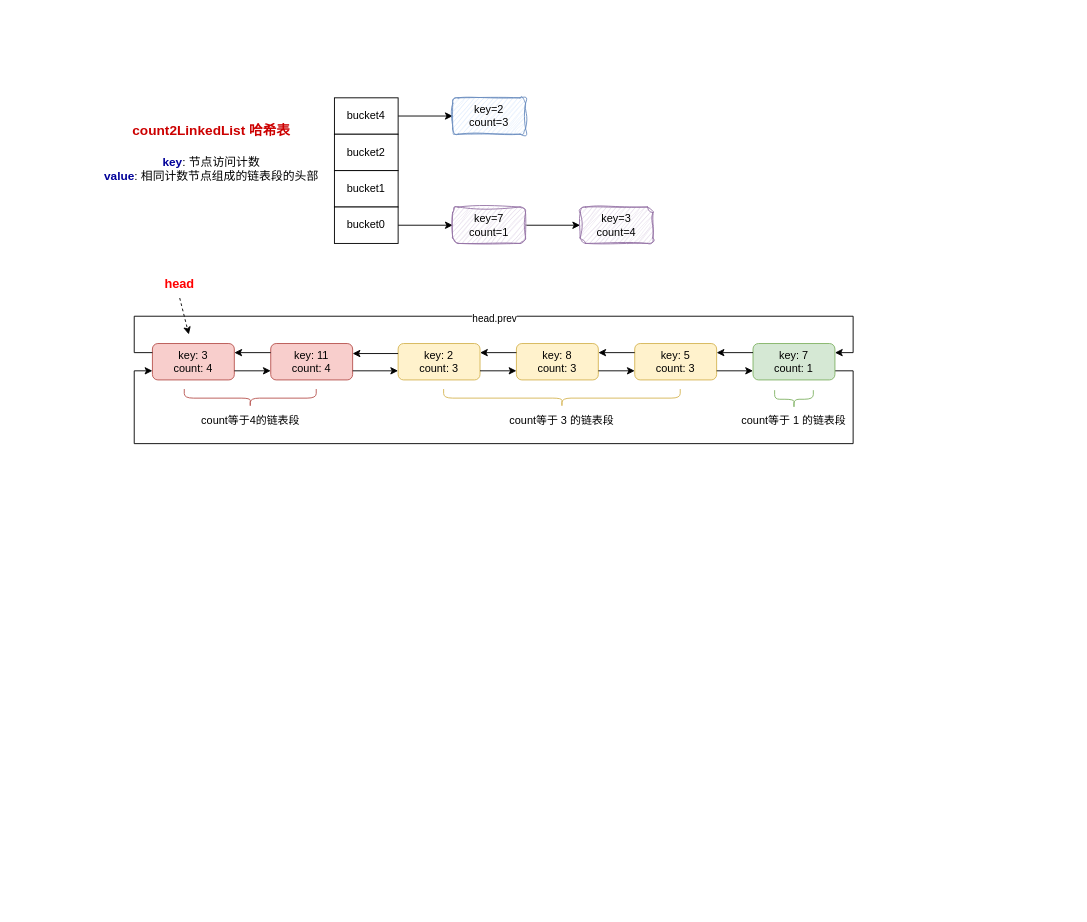
Earlier version of the draw.io diagram LFU算法.drawio (wsxzei/markdown-photos). Source tidied: cells renumbered, new cells numbered last; positions are measured from the earlier drawing's top-left corner, leaving out a move shared by most shapes. Both pictures are drawn from the tidied source at 91%, with x=0, y=0 at pixel (79, 97).
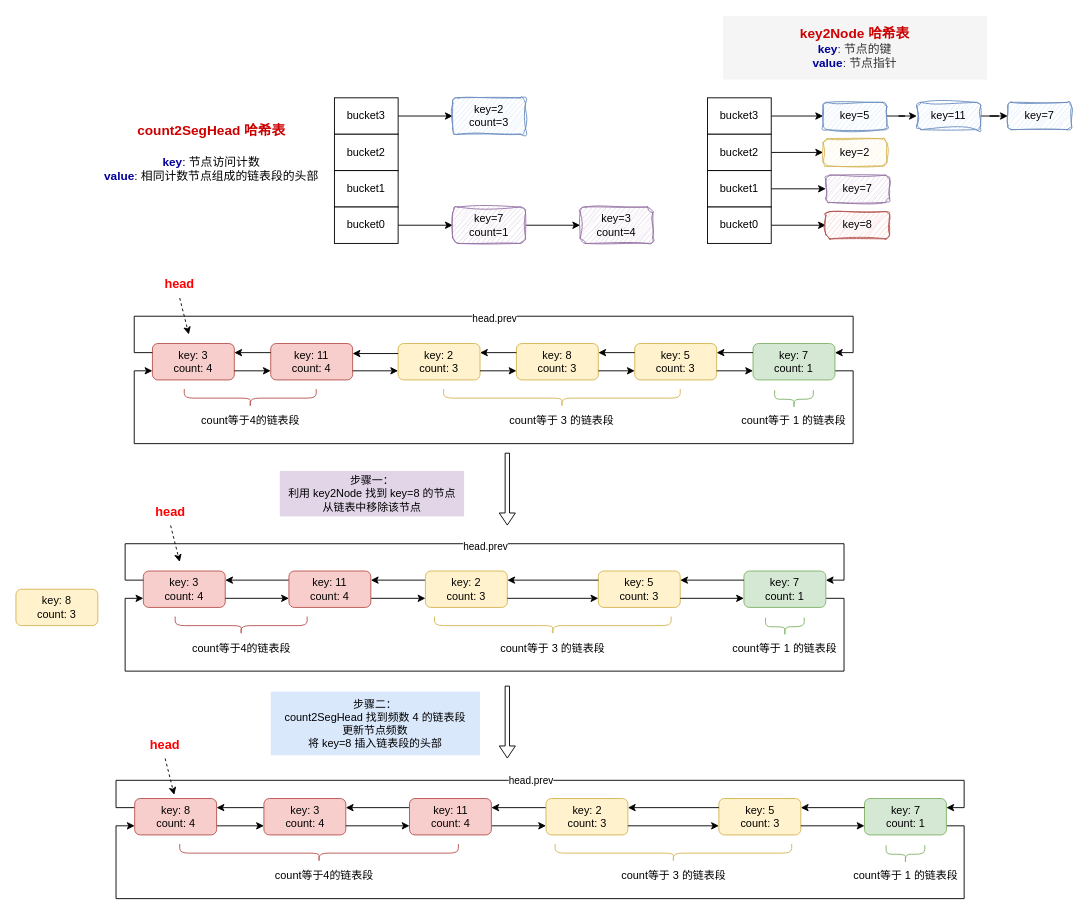
Above is the later version.

Diff of the diagram source:
```diff
@@
-    <mxCell id="30" value="bucket4" style="rounded=0;whiteSpace=wrap;html=1;" parent="1" vertex="1">
+    <mxCell id="30" value="bucket3" style="rounded=0;whiteSpace=wrap;html=1;" parent="1" vertex="1">
       <mxGeometry x="280" width="70" height="40" as="geometry" />
     </mxCell>
@@
-    <mxCell id="39" value="&lt;div&gt;&lt;font color=&quot;#cc0000&quot;&gt;&lt;span style=&quot;font-size: 15px; font-weight: 700;&quot;&gt;count2LinkedList 哈希表&lt;/span&gt;&lt;br&gt;&lt;/font&gt;&lt;/div&gt;&lt;div&gt;&lt;font color=&quot;#cc0000&quot;&gt;&lt;span style=&quot;font-size: 15px; font-weight: 700;&quot;&gt;&lt;br&gt;&lt;/span&gt;&lt;/font&gt;&lt;/div&gt;&lt;font style=&quot;font-size: 13px;&quot;&gt;&lt;font color=&quot;#000099&quot;&gt;&lt;b&gt;key&lt;/b&gt;&lt;/font&gt;: 节点访问计数&lt;/font&gt;&lt;div style=&quot;font-size: 13px;&quot;&gt;&lt;font style=&quot;font-size: 13px;&quot;&gt;&lt;font color=&quot;#000099&quot;&gt;&lt;b&gt;value&lt;/b&gt;&lt;/font&gt;: 相同计数节点组成的链表段的头部&lt;/font&gt;&lt;/div&gt;" style="text;html=1;align=center;verticalAlign=middle;whiteSpace=wrap;rounded=0;" parent="1" vertex="1">
+    <mxCell id="39" value="&lt;div&gt;&lt;font color=&quot;#cc0000&quot;&gt;&lt;span style=&quot;font-size: 15px; font-weight: 700;&quot;&gt;count2SegHead 哈希表&lt;/span&gt;&lt;br&gt;&lt;/font&gt;&lt;/div&gt;&lt;div&gt;&lt;font color=&quot;#cc0000&quot;&gt;&lt;span style=&quot;font-size: 15px; font-weight: 700;&quot;&gt;&lt;br&gt;&lt;/span&gt;&lt;/font&gt;&lt;/div&gt;&lt;font style=&quot;font-size: 13px;&quot;&gt;&lt;font color=&quot;#000099&quot;&gt;&lt;b&gt;key&lt;/b&gt;&lt;/font&gt;: 节点访问计数&lt;/font&gt;&lt;div style=&quot;font-size: 13px;&quot;&gt;&lt;font style=&quot;font-size: 13px;&quot;&gt;&lt;font color=&quot;#000099&quot;&gt;&lt;b&gt;value&lt;/b&gt;&lt;/font&gt;: 相同计数节点组成的链表段的头部&lt;/font&gt;&lt;/div&gt;" style="text;html=1;align=center;verticalAlign=middle;whiteSpace=wrap;rounded=0;" parent="1" vertex="1">
       <mxGeometry y="35" width="290" height="50" as="geometry" />
     </mxCell>
+    <mxCell id="40" value="key: 3&lt;div&gt;count: 4&lt;/div&gt;" style="rounded=1;whiteSpace=wrap;html=1;fillColor=#f8cecc;strokeColor=#b85450;" parent="1" vertex="1">
+      <mxGeometry x="70" y="520" width="90" height="40" as="geometry" />
+    </mxCell>
+    <mxCell id="41" style="edgeStyle=orthogonalEdgeStyle;rounded=0;jettySize=auto;html=1;exitX=0;exitY=0.25;exitDx=0;exitDy=0;entryX=1;entryY=0.25;entryDx=0;entryDy=0;" parent="1" edge="1" source="42" target="83">
+      <mxGeometry relative="1" as="geometry" />
+    </mxCell>
+    <mxCell id="42" value="key: 2&lt;div&gt;count: 3&lt;/div&gt;" style="rounded=1;whiteSpace=wrap;html=1;fillColor=#fff2cc;strokeColor=#d6b656;" parent="1" vertex="1">
+      <mxGeometry x="380" y="520" width="90" height="40" as="geometry" />
+    </mxCell>
+    <mxCell id="43" value="key: 5&lt;div&gt;count: 3&lt;/div&gt;" style="rounded=1;whiteSpace=wrap;html=1;fillColor=#fff2cc;strokeColor=#d6b656;" parent="1" vertex="1">
+      <mxGeometry x="570" y="520" width="90" height="40" as="geometry" />
+    </mxCell>
+    <mxCell id="44" style="edgeStyle=orthogonalEdgeStyle;rounded=0;jettySize=auto;html=1;exitX=1;exitY=0.75;exitDx=0;exitDy=0;entryX=0;entryY=0.75;entryDx=0;entryDy=0;" parent="1" edge="1" source="45" target="40">
+      <mxGeometry relative="1" as="geometry">
+        <Array as="points">
+          <mxPoint x="840" y="550" />
+          <mxPoint x="840" y="630" />
+          <mxPoint x="50" y="630" />
+          <mxPoint x="50" y="550" />
+        </Array>
+      </mxGeometry>
+    </mxCell>
+    <mxCell id="45" value="key: 7&lt;div&gt;count: 1&lt;/div&gt;" style="rounded=1;whiteSpace=wrap;html=1;fillColor=#d5e8d4;strokeColor=#82b366;" parent="1" vertex="1">
+      <mxGeometry x="730" y="520" width="90" height="40" as="geometry" />
+    </mxCell>
+    <mxCell id="46" style="endArrow=classic;html=1;rounded=0;exitX=0;exitY=0.25;exitDx=0;exitDy=0;entryX=1;entryY=0.25;entryDx=0;entryDy=0;" parent="1" edge="1" source="83" target="40">
+      <mxGeometry relative="1" as="geometry" />
+    </mxCell>
+    <mxCell id="47" style="endArrow=classic;html=1;rounded=0;exitX=1;exitY=0.75;exitDx=0;exitDy=0;entryX=0;entryY=0.75;entryDx=0;entryDy=0;" parent="1" edge="1" source="40" target="83">
+      <mxGeometry relative="1" as="geometry" />
+    </mxCell>
+    <mxCell id="48" style="endArrow=classic;html=1;rounded=0;entryX=1;entryY=0.75;entryDx=0;entryDy=0;exitX=0;exitY=0.25;exitDx=0;exitDy=0;" parent="1" edge="1" source="83">
+      <mxGeometry relative="1" as="geometry">
+        <mxPoint x="290" y="531" as="targetPoint" />
+      </mxGeometry>
+    </mxCell>
+    <mxCell id="49" style="endArrow=classic;html=1;rounded=0;exitX=1;exitY=0.75;exitDx=0;exitDy=0;entryX=0;entryY=0.75;entryDx=0;entryDy=0;" parent="1" edge="1" source="83" target="42">
+      <mxGeometry relative="1" as="geometry" />
+    </mxCell>
+    <mxCell id="50" style="endArrow=classic;html=1;rounded=0;exitX=1;exitY=0.75;exitDx=0;exitDy=0;entryX=0;entryY=0.75;entryDx=0;entryDy=0;" parent="1" edge="1" source="42" target="43">
+      <mxGeometry relative="1" as="geometry" />
+    </mxCell>
+    <mxCell id="51" style="endArrow=classic;html=1;rounded=0;exitX=1;exitY=0.75;exitDx=0;exitDy=0;entryX=0;entryY=0.75;entryDx=0;entryDy=0;" parent="1" edge="1" source="43" target="45">
+      <mxGeometry relative="1" as="geometry" />
+    </mxCell>
+    <mxCell id="52" style="endArrow=classic;html=1;rounded=0;entryX=1;entryY=0.25;entryDx=0;entryDy=0;" parent="1" edge="1" target="42">
+      <mxGeometry relative="1" as="geometry">
+        <mxPoint x="570" y="530" as="sourcePoint" />
+      </mxGeometry>
+    </mxCell>
+    <mxCell id="53" style="endArrow=classic;html=1;rounded=0;exitX=0;exitY=0.25;exitDx=0;exitDy=0;entryX=1;entryY=0.25;entryDx=0;entryDy=0;" parent="1" edge="1" source="45" target="43">
+      <mxGeometry relative="1" as="geometry" />
+    </mxCell>
+    <mxCell id="54" style="endArrow=classic;html=1;rounded=0;dashed=1;" parent="1" edge="1">
+      <mxGeometry relative="1" as="geometry">
+        <mxPoint x="100" y="470" as="sourcePoint" />
+        <mxPoint x="110" y="510" as="targetPoint" />
+      </mxGeometry>
+    </mxCell>
+    <mxCell id="55" value="head" style="text;html=1;align=center;verticalAlign=middle;whiteSpace=wrap;rounded=0;fontSize=14;fontStyle=1;fontColor=#FF0000;" parent="1" vertex="1">
+      <mxGeometry x="70" y="440" width="60" height="30" as="geometry" />
+    </mxCell>
+    <mxCell id="56" style="shape=curlyBracket;whiteSpace=wrap;html=1;rounded=1;flipH=1;labelPosition=right;verticalLabelPosition=middle;align=left;verticalAlign=middle;size=0.5;rotation=90;fillColor=#fff2cc;strokeColor=#d6b656;" parent="1" vertex="1">
+      <mxGeometry x="510" y="450" width="20" height="260" as="geometry" />
+    </mxCell>
+    <mxCell id="57" style="shape=curlyBracket;whiteSpace=wrap;html=1;rounded=1;flipH=1;labelPosition=right;verticalLabelPosition=middle;align=left;verticalAlign=middle;size=0.5;rotation=90;fillColor=#f8cecc;strokeColor=#b85450;" parent="1" vertex="1">
+      <mxGeometry x="167.5" y="507.5" width="20" height="145" as="geometry" />
+    </mxCell>
+    <mxCell id="58" style="shape=curlyBracket;whiteSpace=wrap;html=1;rounded=1;flipH=1;labelPosition=right;verticalLabelPosition=middle;align=left;verticalAlign=middle;size=0.5;rotation=90;fillColor=#d5e8d4;strokeColor=#82b366;" parent="1" vertex="1">
+      <mxGeometry x="765" y="560" width="20" height="42.5" as="geometry" />
+    </mxCell>
+    <mxCell id="59" value="count等于4的链表段" style="text;html=1;align=center;verticalAlign=middle;whiteSpace=wrap;rounded=0;" parent="1" vertex="1">
+      <mxGeometry x="111.5" y="590" width="132" height="30" as="geometry" />
+    </mxCell>
+    <mxCell id="60" value="count等于 3 的链表段" style="text;html=1;align=center;verticalAlign=middle;whiteSpace=wrap;rounded=0;" parent="1" vertex="1">
+      <mxGeometry x="454" y="590" width="132" height="30" as="geometry" />
+    </mxCell>
+    <mxCell id="61" value="count等于 1 的链表段" style="text;html=1;align=center;verticalAlign=middle;whiteSpace=wrap;rounded=0;" parent="1" vertex="1">
+      <mxGeometry x="709" y="590" width="132" height="30" as="geometry" />
+    </mxCell>
+    <mxCell id="62" style="endArrow=classic;html=1;rounded=0;exitX=0;exitY=0.25;exitDx=0;exitDy=0;edgeStyle=orthogonalEdgeStyle;" parent="1" edge="1" source="40">
+      <mxGeometry relative="1" as="geometry">
+        <mxPoint x="820" y="530" as="targetPoint" />
+        <Array as="points">
+          <mxPoint x="50" y="530" />
+          <mxPoint x="50" y="490" />
+          <mxPoint x="840" y="490" />
+          <mxPoint x="840" y="530" />
+        </Array>
+      </mxGeometry>
+    </mxCell>
+    <mxCell id="63" value="head.prev" style="edgeLabel;html=1;align=center;verticalAlign=middle;" parent="62" vertex="1">
+      <mxGeometry y="-2" relative="1" as="geometry" />
+    </mxCell>
+    <mxCell id="64" style="shape=flexArrow;endArrow=classic;html=1;rounded=0;width=4.827586206896552;endSize=4.089655172413793;endWidth=11.843043995243757;" parent="1" edge="1">
+      <mxGeometry relative="1" as="geometry">
+        <mxPoint x="470" y="390" as="sourcePoint" />
+        <mxPoint x="470" y="470" as="targetPoint" />
+      </mxGeometry>
+    </mxCell>
+    <mxCell id="65" style="edgeStyle=orthogonalEdgeStyle;rounded=0;jettySize=auto;html=1;entryX=0;entryY=0.5;entryDx=0;entryDy=0;" parent="1" edge="1" source="66" target="74">
+      <mxGeometry relative="1" as="geometry" />
+    </mxCell>
+    <mxCell id="66" value="bucket3" style="rounded=0;whiteSpace=wrap;html=1;" parent="1" vertex="1">
+      <mxGeometry x="690" width="70" height="40" as="geometry" />
+    </mxCell>
+    <mxCell id="67" style="edgeStyle=orthogonalEdgeStyle;rounded=0;jettySize=auto;html=1;entryX=0;entryY=0.5;entryDx=0;entryDy=0;" parent="1" edge="1" source="68" target="78">
+      <mxGeometry relative="1" as="geometry" />
+    </mxCell>
+    <mxCell id="68" value="bucket2" style="rounded=0;whiteSpace=wrap;html=1;" parent="1" vertex="1">
+      <mxGeometry x="690" y="40" width="70" height="40" as="geometry" />
+    </mxCell>
+    <mxCell id="69" style="edgeStyle=orthogonalEdgeStyle;rounded=0;jettySize=auto;html=1;entryX=0;entryY=0.5;entryDx=0;entryDy=0;" parent="1" edge="1" source="70" target="76">
+      <mxGeometry relative="1" as="geometry" />
+    </mxCell>
+    <mxCell id="70" value="bucket1" style="rounded=0;whiteSpace=wrap;html=1;" parent="1" vertex="1">
+      <mxGeometry x="690" y="80" width="70" height="40" as="geometry" />
+    </mxCell>
+    <mxCell id="71" style="edgeStyle=orthogonalEdgeStyle;rounded=0;jettySize=auto;html=1;entryX=0;entryY=0.5;entryDx=0;entryDy=0;" parent="1" edge="1" source="72" target="77">
+      <mxGeometry relative="1" as="geometry" />
+    </mxCell>
+    <mxCell id="72" value="bucket0" style="rounded=0;whiteSpace=wrap;html=1;" parent="1" vertex="1">
+      <mxGeometry x="690" y="120" width="70" height="40" as="geometry" />
+    </mxCell>
+    <mxCell id="73" style="edgeStyle=orthogonalEdgeStyle;rounded=0;jettySize=auto;html=1;entryX=0;entryY=0.5;entryDx=0;entryDy=0;" parent="1" edge="1" source="74" target="80">
+      <mxGeometry relative="1" as="geometry" />
+    </mxCell>
+    <mxCell id="74" value="&lt;div&gt;key=5&lt;/div&gt;" style="rounded=1;whiteSpace=wrap;html=1;fillColor=#dae8fc;strokeColor=#6c8ebf;sketch=1;curveFitting=1;jiggle=2;" parent="1" vertex="1">
+      <mxGeometry x="817" y="5" width="70" height="30" as="geometry" />
+    </mxCell>
+    <mxCell id="75" value="&lt;div&gt;&lt;font color=&quot;#cc0000&quot;&gt;&lt;span style=&quot;font-size: 15px; font-weight: 700;&quot;&gt;key2Node 哈希表&lt;/span&gt;&lt;/font&gt;&lt;/div&gt;&lt;font style=&quot;font-size: 13px;&quot;&gt;&lt;font color=&quot;#000099&quot;&gt;&lt;b&gt;key&lt;/b&gt;&lt;/font&gt;: 节点的键&lt;/font&gt;&lt;div style=&quot;font-size: 13px;&quot;&gt;&lt;font style=&quot;font-size: 13px;&quot;&gt;&lt;font color=&quot;#000099&quot;&gt;&lt;b&gt;value&lt;/b&gt;&lt;/font&gt;: 节点指针&lt;/font&gt;&lt;/div&gt;" style="text;html=1;align=center;verticalAlign=middle;whiteSpace=wrap;rounded=0;fillColor=#f5f5f5;fontColor=#333333;strokeColor=none;" parent="1" vertex="1">
+      <mxGeometry x="707" y="-90" width="290" height="70" as="geometry" />
+    </mxCell>
+    <mxCell id="76" value="&lt;div&gt;key=7&lt;/div&gt;" style="rounded=1;whiteSpace=wrap;html=1;sketch=1;curveFitting=1;jiggle=2;fillColor=#e1d5e7;strokeColor=#9673a6;" parent="1" vertex="1">
+      <mxGeometry x="820" y="85" width="70" height="30" as="geometry" />
+    </mxCell>
+    <mxCell id="77" value="&lt;div&gt;key=8&lt;/div&gt;" style="rounded=1;whiteSpace=wrap;html=1;fillColor=#f8cecc;strokeColor=#b85450;sketch=1;curveFitting=1;jiggle=2;" parent="1" vertex="1">
+      <mxGeometry x="820" y="125" width="70" height="30" as="geometry" />
+    </mxCell>
+    <mxCell id="78" value="&lt;div&gt;key=2&lt;/div&gt;" style="rounded=1;whiteSpace=wrap;html=1;fillColor=#fff2cc;strokeColor=#d6b656;sketch=1;curveFitting=1;jiggle=2;" parent="1" vertex="1">
+      <mxGeometry x="817" y="45" width="70" height="30" as="geometry" />
+    </mxCell>
+    <mxCell id="79" style="edgeStyle=orthogonalEdgeStyle;rounded=0;jettySize=auto;html=1;entryX=0;entryY=0.5;entryDx=0;entryDy=0;" parent="1" edge="1" source="80" target="81">
+      <mxGeometry relative="1" as="geometry" />
+    </mxCell>
+    <mxCell id="80" value="&lt;div&gt;key=11&lt;/div&gt;" style="rounded=1;whiteSpace=wrap;html=1;fillColor=#dae8fc;strokeColor=#6c8ebf;sketch=1;curveFitting=1;jiggle=2;" parent="1" vertex="1">
+      <mxGeometry x="920" y="5" width="70" height="30" as="geometry" />
+    </mxCell>
+    <mxCell id="81" value="&lt;div&gt;key=7&lt;/div&gt;" style="rounded=1;whiteSpace=wrap;html=1;fillColor=#dae8fc;strokeColor=#6c8ebf;sketch=1;curveFitting=1;jiggle=2;" parent="1" vertex="1">
+      <mxGeometry x="1020" y="5" width="70" height="30" as="geometry" />
+    </mxCell>
+    <mxCell id="82" value="key: 8&lt;div&gt;count: 3&lt;/div&gt;" style="rounded=1;whiteSpace=wrap;html=1;fillColor=#fff2cc;strokeColor=#d6b656;" parent="1" vertex="1">
+      <mxGeometry x="-70" y="540" width="90" height="40" as="geometry" />
+    </mxCell>
+    <mxCell id="83" value="key: 11&lt;div&gt;&lt;span style=&quot;background-color: initial;&quot;&gt;count: 4&lt;/span&gt;&lt;/div&gt;" style="rounded=1;whiteSpace=wrap;html=1;fillColor=#f8cecc;strokeColor=#b85450;" parent="1" vertex="1">
+      <mxGeometry x="230" y="520" width="90" height="40" as="geometry" />
+    </mxCell>
+    <mxCell id="84" value="步骤二：&lt;div&gt;count2SegHead 找到&lt;span style=&quot;background-color: initial;&quot;&gt;频数 4 的链表段&lt;/span&gt;&lt;/div&gt;&lt;div&gt;更新节点频数&lt;/div&gt;&lt;div&gt;将 key=8 插入链表段的头部&lt;/div&gt;" style="text;html=1;align=center;verticalAlign=middle;whiteSpace=wrap;rounded=0;fillColor=#dae8fc;strokeColor=none;" parent="1" vertex="1">
+      <mxGeometry x="210" y="652.5" width="230" height="70" as="geometry" />
+    </mxCell>
+    <mxCell id="85" style="edgeStyle=orthogonalEdgeStyle;rounded=0;jettySize=auto;html=1;exitX=0;exitY=0.25;exitDx=0;exitDy=0;entryX=1;entryY=0.25;entryDx=0;entryDy=0;" parent="1" edge="1" source="86" target="112">
+      <mxGeometry relative="1" as="geometry" />
+    </mxCell>
+    <mxCell id="86" value="key: 3&lt;div&gt;count: 4&lt;/div&gt;" style="rounded=1;whiteSpace=wrap;html=1;fillColor=#f8cecc;strokeColor=#b85450;" parent="1" vertex="1">
+      <mxGeometry x="202.5" y="770" width="90" height="40" as="geometry" />
+    </mxCell>
+    <mxCell id="87" style="edgeStyle=orthogonalEdgeStyle;rounded=0;jettySize=auto;html=1;exitX=0;exitY=0.25;exitDx=0;exitDy=0;entryX=1;entryY=0.25;entryDx=0;entryDy=0;" parent="1" edge="1" source="88" target="108">
+      <mxGeometry relative="1" as="geometry" />
+    </mxCell>
+    <mxCell id="88" value="key: 2&lt;div&gt;count: 3&lt;/div&gt;" style="rounded=1;whiteSpace=wrap;html=1;fillColor=#fff2cc;strokeColor=#d6b656;" parent="1" vertex="1">
+      <mxGeometry x="512.5" y="770" width="90" height="40" as="geometry" />
+    </mxCell>
+    <mxCell id="89" value="key: 5&lt;div&gt;count: 3&lt;/div&gt;" style="rounded=1;whiteSpace=wrap;html=1;fillColor=#fff2cc;strokeColor=#d6b656;" parent="1" vertex="1">
+      <mxGeometry x="702.5" y="770" width="90" height="40" as="geometry" />
+    </mxCell>
+    <mxCell id="90" style="edgeStyle=orthogonalEdgeStyle;rounded=0;jettySize=auto;html=1;exitX=1;exitY=0.75;exitDx=0;exitDy=0;entryX=0;entryY=0.75;entryDx=0;entryDy=0;" parent="1" edge="1" source="91" target="112">
+      <mxGeometry relative="1" as="geometry">
+        <Array as="points">
+          <mxPoint x="972" y="800" />
+          <mxPoint x="972" y="880" />
+          <mxPoint x="40" y="880" />
+          <mxPoint x="40" y="800" />
+        </Array>
+      </mxGeometry>
+    </mxCell>
+    <mxCell id="91" value="key: 7&lt;div&gt;count: 1&lt;/div&gt;" style="rounded=1;whiteSpace=wrap;html=1;fillColor=#d5e8d4;strokeColor=#82b366;" parent="1" vertex="1">
+      <mxGeometry x="862.5" y="770" width="90" height="40" as="geometry" />
+    </mxCell>
+    <mxCell id="92" style="endArrow=classic;html=1;rounded=0;exitX=0;exitY=0.25;exitDx=0;exitDy=0;entryX=1;entryY=0.25;entryDx=0;entryDy=0;" parent="1" edge="1" source="108" target="86">
+      <mxGeometry relative="1" as="geometry" />
+    </mxCell>
+    <mxCell id="93" style="endArrow=classic;html=1;rounded=0;exitX=1;exitY=0.75;exitDx=0;exitDy=0;entryX=0;entryY=0.75;entryDx=0;entryDy=0;" parent="1" edge="1" source="86" target="108">
+      <mxGeometry relative="1" as="geometry" />
+    </mxCell>
+    <mxCell id="94" style="endArrow=classic;html=1;rounded=0;entryX=1;entryY=0.75;entryDx=0;entryDy=0;exitX=0;exitY=0.25;exitDx=0;exitDy=0;" parent="1" edge="1" source="108">
+      <mxGeometry relative="1" as="geometry">
+        <mxPoint x="422.5" y="781" as="targetPoint" />
+      </mxGeometry>
+    </mxCell>
+    <mxCell id="95" style="endArrow=classic;html=1;rounded=0;exitX=1;exitY=0.75;exitDx=0;exitDy=0;entryX=0;entryY=0.75;entryDx=0;entryDy=0;" parent="1" edge="1" source="108" target="88">
+      <mxGeometry relative="1" as="geometry" />
+    </mxCell>
+    <mxCell id="96" style="endArrow=classic;html=1;rounded=0;exitX=1;exitY=0.75;exitDx=0;exitDy=0;entryX=0;entryY=0.75;entryDx=0;entryDy=0;" parent="1" edge="1" source="88" target="89">
+      <mxGeometry relative="1" as="geometry" />
+    </mxCell>
+    <mxCell id="97" style="endArrow=classic;html=1;rounded=0;exitX=1;exitY=0.75;exitDx=0;exitDy=0;entryX=0;entryY=0.75;entryDx=0;entryDy=0;" parent="1" edge="1" source="89" target="91">
+      <mxGeometry relative="1" as="geometry" />
+    </mxCell>
+    <mxCell id="98" style="endArrow=classic;html=1;rounded=0;entryX=1;entryY=0.25;entryDx=0;entryDy=0;" parent="1" edge="1" target="88">
+      <mxGeometry relative="1" as="geometry">
+        <mxPoint x="702.5" y="780" as="sourcePoint" />
+      </mxGeometry>
+    </mxCell>
+    <mxCell id="99" style="endArrow=classic;html=1;rounded=0;exitX=0;exitY=0.25;exitDx=0;exitDy=0;entryX=1;entryY=0.25;entryDx=0;entryDy=0;" parent="1" edge="1" source="91" target="89">
+      <mxGeometry relative="1" as="geometry" />
+    </mxCell>
+    <mxCell id="100" style="endArrow=classic;html=1;rounded=0;dashed=1;" parent="1" edge="1">
+      <mxGeometry relative="1" as="geometry">
+        <mxPoint x="94" y="726" as="sourcePoint" />
+        <mxPoint x="104" y="766" as="targetPoint" />
+      </mxGeometry>
+    </mxCell>
+    <mxCell id="101" value="head" style="text;html=1;align=center;verticalAlign=middle;whiteSpace=wrap;rounded=0;fontSize=14;fontStyle=1;fontColor=#FF0000;" parent="1" vertex="1">
+      <mxGeometry x="64" y="696" width="60" height="30" as="geometry" />
+    </mxCell>
+    <mxCell id="102" style="shape=curlyBracket;whiteSpace=wrap;html=1;rounded=1;flipH=1;labelPosition=right;verticalLabelPosition=middle;align=left;verticalAlign=middle;size=0.5;rotation=90;fillColor=#fff2cc;strokeColor=#d6b656;" parent="1" vertex="1">
+      <mxGeometry x="642.5" y="700" width="20" height="260" as="geometry" />
+    </mxCell>
+    <mxCell id="103" style="shape=curlyBracket;whiteSpace=wrap;html=1;rounded=1;flipH=1;labelPosition=right;verticalLabelPosition=middle;align=left;verticalAlign=middle;size=0.5;rotation=90;fillColor=#f8cecc;strokeColor=#b85450;" parent="1" vertex="1">
+      <mxGeometry x="253.1" y="676.9" width="20" height="306.2" as="geometry" />
+    </mxCell>
+    <mxCell id="104" style="shape=curlyBracket;whiteSpace=wrap;html=1;rounded=1;flipH=1;labelPosition=right;verticalLabelPosition=middle;align=left;verticalAlign=middle;size=0.5;rotation=90;fillColor=#d5e8d4;strokeColor=#82b366;" parent="1" vertex="1">
+      <mxGeometry x="897.5" y="810" width="20" height="42.5" as="geometry" />
+    </mxCell>
+    <mxCell id="105" value="count等于4的链表段" style="text;html=1;align=center;verticalAlign=middle;whiteSpace=wrap;rounded=0;" parent="1" vertex="1">
+      <mxGeometry x="202.5" y="840" width="132" height="30" as="geometry" />
+    </mxCell>
+    <mxCell id="106" value="count等于 3 的链表段" style="text;html=1;align=center;verticalAlign=middle;whiteSpace=wrap;rounded=0;" parent="1" vertex="1">
+      <mxGeometry x="586.5" y="840" width="132" height="30" as="geometry" />
+    </mxCell>
+    <mxCell id="107" value="count等于 1 的链表段" style="text;html=1;align=center;verticalAlign=middle;whiteSpace=wrap;rounded=0;" parent="1" vertex="1">
+      <mxGeometry x="841.5" y="840" width="132" height="30" as="geometry" />
+    </mxCell>
+    <mxCell id="108" value="key: 11&lt;div&gt;&lt;span style=&quot;background-color: initial;&quot;&gt;count: 4&lt;/span&gt;&lt;/div&gt;" style="rounded=1;whiteSpace=wrap;html=1;fillColor=#f8cecc;strokeColor=#b85450;" parent="1" vertex="1">
+      <mxGeometry x="362.5" y="770" width="90" height="40" as="geometry" />
+    </mxCell>
+    <mxCell id="109" style="edgeStyle=orthogonalEdgeStyle;rounded=0;jettySize=auto;html=1;exitX=1;exitY=0.75;exitDx=0;exitDy=0;entryX=0;entryY=0.75;entryDx=0;entryDy=0;" parent="1" edge="1" source="112" target="86">
+      <mxGeometry relative="1" as="geometry" />
+    </mxCell>
+    <mxCell id="110" style="edgeStyle=orthogonalEdgeStyle;rounded=0;jettySize=auto;html=1;exitX=0;exitY=0.25;exitDx=0;exitDy=0;entryX=1;entryY=0.25;entryDx=0;entryDy=0;" parent="1" edge="1" source="112" target="91">
+      <mxGeometry relative="1" as="geometry">
+        <Array as="points">
+          <mxPoint x="40" y="780" />
+          <mxPoint x="40" y="750" />
+          <mxPoint x="972" y="750" />
+          <mxPoint x="972" y="780" />
+        </Array>
+      </mxGeometry>
+    </mxCell>
+    <mxCell id="111" value="head.prev" style="edgeLabel;html=1;align=center;verticalAlign=middle;" parent="110" vertex="1">
+      <mxGeometry x="-0.02" y="1" relative="1" as="geometry" />
+    </mxCell>
+    <mxCell id="112" value="key: 8&lt;div&gt;count: 4&lt;/div&gt;" style="rounded=1;whiteSpace=wrap;html=1;fillColor=#f8cecc;strokeColor=#b85450;" parent="1" vertex="1">
+      <mxGeometry x="60.5" y="770" width="90" height="40" as="geometry" />
+    </mxCell>
+    <mxCell id="113" value="步骤一：&lt;div&gt;利用 key2Node 找到 key=8 的节点&lt;/div&gt;&lt;div&gt;从链表中移除该节点&lt;/div&gt;" style="text;html=1;align=center;verticalAlign=middle;whiteSpace=wrap;rounded=0;fillColor=#e1d5e7;strokeColor=none;" parent="1" vertex="1">
+      <mxGeometry x="220" y="410" width="202.5" height="50" as="geometry" />
+    </mxCell>
+    <mxCell id="114" style="shape=flexArrow;endArrow=classic;html=1;rounded=0;width=4.827586206896552;endSize=4.089655172413793;endWidth=11.843043995243757;" parent="1" edge="1">
+      <mxGeometry relative="1" as="geometry">
+        <mxPoint x="470" y="646" as="sourcePoint" />
+        <mxPoint x="470" y="726" as="targetPoint" />
+      </mxGeometry>
+    </mxCell>
```
